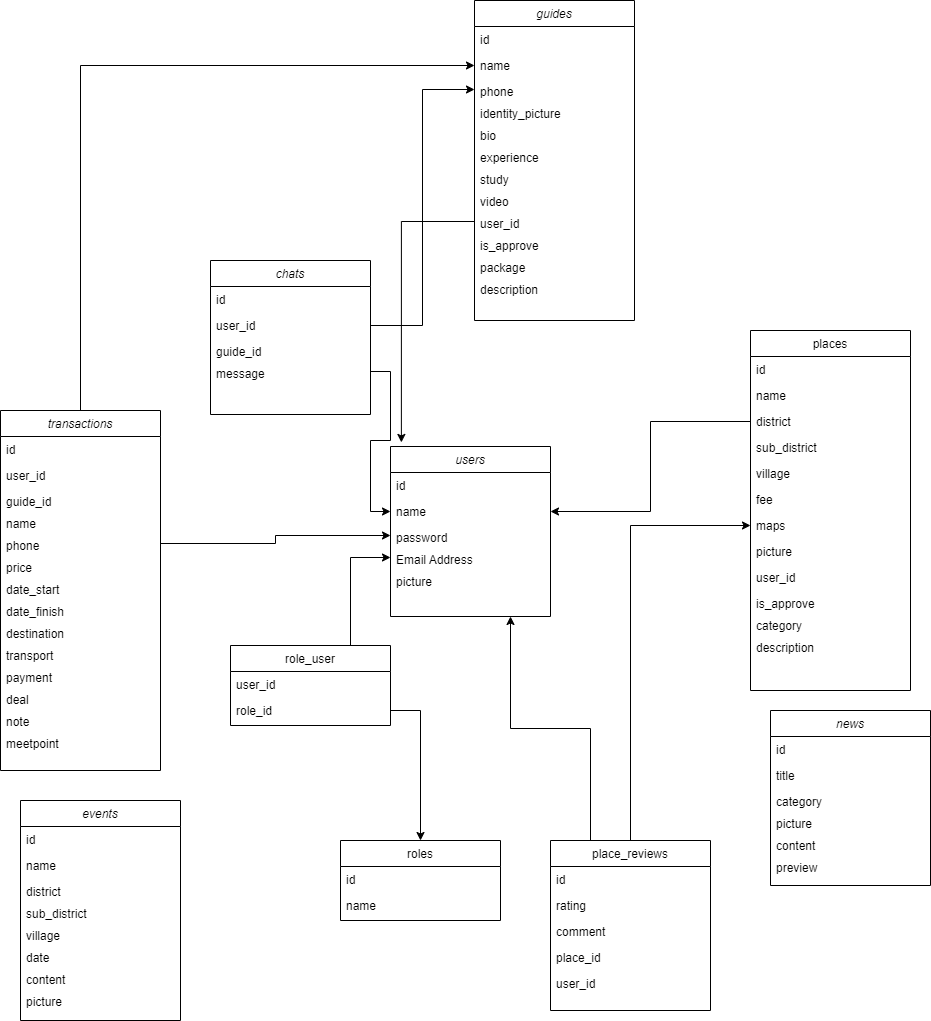
Above: uml/classnew.drawio.png in bayuprra/pariwisata-babel (draw.io), before the change. Source tidied: cells renumbered, new cells last; positions are measured from the earlier drawing's top-left corner, leaving out a move shared by most shapes.
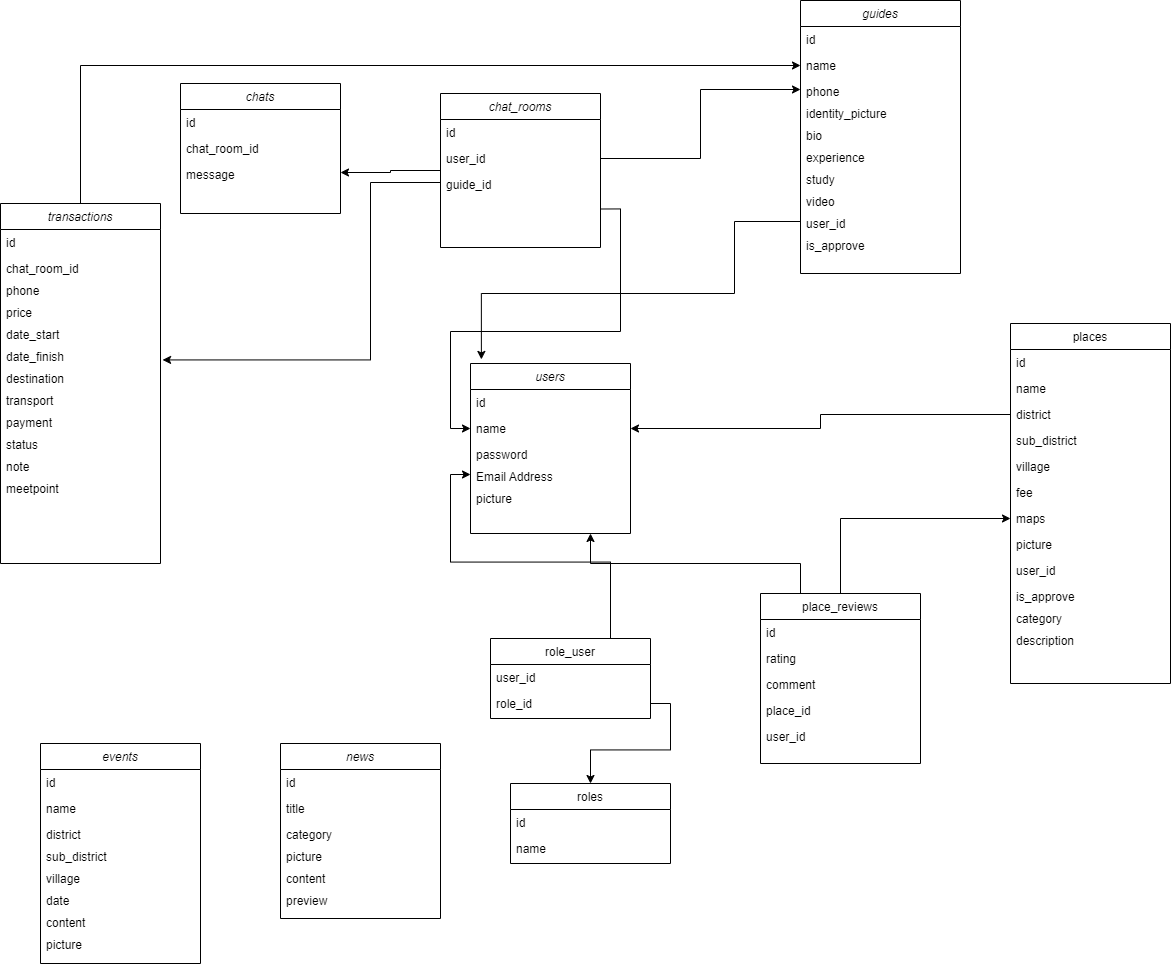
Later version of the same file.

What changed in the source:
```diff
@@ -3,7 +3,7 @@
     <mxCell id="0" />
     <mxCell id="1" parent="0" />
     <mxCell id="2" value="users" style="swimlane;fontStyle=2;align=center;verticalAlign=top;horizontal=1;startSize=26;rounded=0;shadow=0;strokeWidth=1;" parent="1" vertex="1">
-      <mxGeometry x="390" y="446" width="160" height="170" as="geometry" />
+      <mxGeometry x="210" y="370" width="160" height="170" as="geometry" />
     </mxCell>
     <mxCell id="3" value="id" style="text;align=left;verticalAlign=top;spacingLeft=4;spacingRight=4;overflow=hidden;" parent="2" vertex="1">
       <mxGeometry y="26" width="160" height="26" as="geometry" />
@@ -21,7 +21,7 @@
       <mxGeometry y="122" width="160" height="22" as="geometry" />
     </mxCell>
     <mxCell id="8" value="roles" style="swimlane;fontStyle=0;align=center;verticalAlign=top;horizontal=1;startSize=26;rounded=0;shadow=0;strokeWidth=1;" parent="1" vertex="1">
-      <mxGeometry x="340" y="840" width="160" height="80" as="geometry" />
+      <mxGeometry x="250" y="790" width="160" height="80" as="geometry" />
     </mxCell>
     <mxCell id="9" value="id" style="text;align=left;verticalAlign=top;spacingLeft=4;spacingRight=4;overflow=hidden;" parent="8" vertex="1">
       <mxGeometry y="26" width="160" height="26" as="geometry" />
@@ -36,7 +36,7 @@
       <mxGeometry relative="1" as="geometry" />
     </mxCell>
     <mxCell id="13" value="place_reviews" style="swimlane;fontStyle=0;align=center;verticalAlign=top;horizontal=1;startSize=26;rounded=0;shadow=0;strokeWidth=1;" parent="1" vertex="1">
-      <mxGeometry x="550" y="840" width="160" height="170" as="geometry" />
+      <mxGeometry x="500" y="600" width="160" height="170" as="geometry" />
     </mxCell>
     <mxCell id="14" value="id" style="text;align=left;verticalAlign=top;spacingLeft=4;spacingRight=4;overflow=hidden;" parent="13" vertex="1">
       <mxGeometry y="26" width="160" height="26" as="geometry" />
@@ -105,7 +105,7 @@
       <mxGeometry y="52" width="160" height="26" as="geometry" />
     </mxCell>
     <mxCell id="36" value="news" style="swimlane;fontStyle=2;align=center;verticalAlign=top;horizontal=1;startSize=26;rounded=0;shadow=0;strokeWidth=1;" parent="1" vertex="1">
-      <mxGeometry x="770" y="710" width="160" height="175" as="geometry" />
+      <mxGeometry x="20" y="750" width="160" height="175" as="geometry" />
     </mxCell>
     <mxCell id="37" value="id" style="text;align=left;verticalAlign=top;spacingLeft=4;spacingRight=4;overflow=hidden;" parent="36" vertex="1">
       <mxGeometry y="26" width="160" height="26" as="geometry" />
@@ -129,7 +129,7 @@
       <mxGeometry relative="1" as="geometry" />
     </mxCell>
     <mxCell id="44" value="guides" style="swimlane;fontStyle=2;align=center;verticalAlign=top;horizontal=1;startSize=26;rounded=0;shadow=0;strokeWidth=1;" parent="1" vertex="1">
-      <mxGeometry x="474" width="160" height="320" as="geometry" />
+      <mxGeometry x="540" y="7" width="160" height="273" as="geometry" />
     </mxCell>
     <mxCell id="45" value="id" style="text;align=left;verticalAlign=top;spacingLeft=4;spacingRight=4;overflow=hidden;" parent="44" vertex="1">
       <mxGeometry y="26" width="160" height="26" as="geometry" />
@@ -161,20 +161,22 @@
     <mxCell id="54" value="is_approve" style="text;align=left;verticalAlign=top;spacingLeft=4;spacingRight=4;overflow=hidden;rounded=0;shadow=0;html=0;" parent="44" vertex="1">
       <mxGeometry y="232" width="160" height="22" as="geometry" />
     </mxCell>
-    <mxCell id="55" value="package" style="text;align=left;verticalAlign=top;spacingLeft=4;spacingRight=4;overflow=hidden;rounded=0;shadow=0;html=0;" parent="44" vertex="1">
-      <mxGeometry y="254" width="160" height="22" as="geometry" />
-    </mxCell>
-    <mxCell id="56" value="description" style="text;align=left;verticalAlign=top;spacingLeft=4;spacingRight=4;overflow=hidden;rounded=0;shadow=0;html=0;" parent="44" vertex="1">
-      <mxGeometry y="276" width="160" height="22" as="geometry" />
-    </mxCell>
     <mxCell id="57" style="edgeStyle=orthogonalEdgeStyle;rounded=0;jettySize=auto;html=1;exitX=0;exitY=0.5;exitDx=0;exitDy=0;entryX=0.068;entryY=-0.024;entryDx=0;entryDy=0;entryPerimeter=0;" parent="1" edge="1" source="53" target="2">
-      <mxGeometry relative="1" as="geometry" />
+      <mxGeometry relative="1" as="geometry">
+        <Array as="points">
+          <mxPoint x="474" y="300" />
+          <mxPoint x="221" y="300" />
+        </Array>
+      </mxGeometry>
     </mxCell>
     <mxCell id="58" style="edgeStyle=orthogonalEdgeStyle;rounded=0;jettySize=auto;html=1;exitX=0;exitY=0.5;exitDx=0;exitDy=0;entryX=1;entryY=0.5;entryDx=0;entryDy=0;" parent="1" edge="1" source="22" target="4">
       <mxGeometry relative="1" as="geometry" />
     </mxCell>
+    <mxCell id="92" style="edgeStyle=orthogonalEdgeStyle;rounded=0;jettySize=auto;html=1;" parent="1" edge="1" source="59" target="63">
+      <mxGeometry relative="1" as="geometry" />
+    </mxCell>
-    <mxCell id="59" value="chats" style="swimlane;fontStyle=2;align=center;verticalAlign=top;horizontal=1;startSize=26;rounded=0;shadow=0;strokeWidth=1;" parent="1" vertex="1">
-      <mxGeometry x="210" y="260" width="160" height="154" as="geometry" />
+    <mxCell id="59" value="chat_rooms" style="swimlane;fontStyle=2;align=center;verticalAlign=top;horizontal=1;startSize=26;rounded=0;shadow=0;strokeWidth=1;" parent="1" vertex="1">
+      <mxGeometry x="180" y="100" width="160" height="154" as="geometry" />
     </mxCell>
     <mxCell id="60" value="id" style="text;align=left;verticalAlign=top;spacingLeft=4;spacingRight=4;overflow=hidden;" parent="59" vertex="1">
       <mxGeometry y="26" width="160" height="26" as="geometry" />
@@ -185,17 +187,14 @@
     <mxCell id="62" value="guide_id" style="text;align=left;verticalAlign=top;spacingLeft=4;spacingRight=4;overflow=hidden;points=[[0,0.5],[1,0.5]];portConstraint=eastwest;rounded=0;shadow=0;html=0;" parent="59" vertex="1">
       <mxGeometry y="78" width="160" height="22" as="geometry" />
     </mxCell>
-    <mxCell id="63" value="message" style="text;align=left;verticalAlign=top;spacingLeft=4;spacingRight=4;overflow=hidden;points=[[0,0.5],[1,0.5]];portConstraint=eastwest;rounded=0;shadow=0;html=0;" parent="59" vertex="1">
-      <mxGeometry y="100" width="160" height="22" as="geometry" />
-    </mxCell>
-    <mxCell id="64" style="edgeStyle=orthogonalEdgeStyle;rounded=0;jettySize=auto;html=1;exitX=1;exitY=0.5;exitDx=0;exitDy=0;entryX=0;entryY=0.5;entryDx=0;entryDy=0;" parent="1" edge="1" source="63" target="4">
+    <mxCell id="64" style="edgeStyle=orthogonalEdgeStyle;rounded=0;jettySize=auto;html=1;exitX=1;exitY=0.75;exitDx=0;exitDy=0;entryX=0;entryY=0.5;entryDx=0;entryDy=0;" parent="1" edge="1" source="59" target="4">
       <mxGeometry relative="1" as="geometry" />
     </mxCell>
     <mxCell id="65" style="edgeStyle=orthogonalEdgeStyle;rounded=0;jettySize=auto;html=1;exitX=1;exitY=0.5;exitDx=0;exitDy=0;entryX=0;entryY=0.5;entryDx=0;entryDy=0;" parent="1" edge="1" source="61" target="47">
       <mxGeometry relative="1" as="geometry" />
     </mxCell>
     <mxCell id="66" value="events" style="swimlane;fontStyle=2;align=center;verticalAlign=top;horizontal=1;startSize=26;rounded=0;shadow=0;strokeWidth=1;" parent="1" vertex="1">
-      <mxGeometry x="20" y="800" width="160" height="220" as="geometry" />
+      <mxGeometry x="-220" y="750" width="160" height="220" as="geometry" />
     </mxCell>
     <mxCell id="67" value="id" style="text;align=left;verticalAlign=top;spacingLeft=4;spacingRight=4;overflow=hidden;" parent="66" vertex="1">
       <mxGeometry y="26" width="160" height="26" as="geometry" />
@@ -225,52 +224,63 @@
       <mxGeometry relative="1" as="geometry" />
     </mxCell>
     <mxCell id="76" value="transactions" style="swimlane;fontStyle=2;align=center;verticalAlign=top;horizontal=1;startSize=26;rounded=0;shadow=0;strokeWidth=1;" parent="1" vertex="1">
-      <mxGeometry y="410" width="160" height="360" as="geometry" />
+      <mxGeometry x="-260" y="210" width="160" height="360" as="geometry" />
     </mxCell>
     <mxCell id="77" value="id" style="text;align=left;verticalAlign=top;spacingLeft=4;spacingRight=4;overflow=hidden;" parent="76" vertex="1">
       <mxGeometry y="26" width="160" height="26" as="geometry" />
     </mxCell>
-    <mxCell id="78" value="user_id" style="text;align=left;verticalAlign=top;spacingLeft=4;spacingRight=4;overflow=hidden;rounded=0;shadow=0;html=0;" parent="76" vertex="1">
-      <mxGeometry y="52" width="160" height="26" as="geometry" />
-    </mxCell>
-    <mxCell id="79" value="guide_id" style="text;align=left;verticalAlign=top;spacingLeft=4;spacingRight=4;overflow=hidden;rounded=0;shadow=0;html=0;" parent="76" vertex="1">
-      <mxGeometry y="78" width="160" height="22" as="geometry" />
+    <mxCell id="79" value="chat_room_id" style="text;align=left;verticalAlign=top;spacingLeft=4;spacingRight=4;overflow=hidden;rounded=0;shadow=0;html=0;" parent="76" vertex="1">
+      <mxGeometry y="52" width="160" height="22" as="geometry" />
     </mxCell>
-    <mxCell id="80" value="name" style="text;align=left;verticalAlign=top;spacingLeft=4;spacingRight=4;overflow=hidden;rounded=0;shadow=0;html=0;" parent="76" vertex="1">
-      <mxGeometry y="100" width="160" height="22" as="geometry" />
-    </mxCell>
     <mxCell id="81" value="phone" style="text;align=left;verticalAlign=top;spacingLeft=4;spacingRight=4;overflow=hidden;points=[[0,0.5],[1,0.5]];portConstraint=eastwest;rounded=0;shadow=0;html=0;" parent="76" vertex="1">
-      <mxGeometry y="122" width="160" height="22" as="geometry" />
+      <mxGeometry y="74" width="160" height="22" as="geometry" />
     </mxCell>
     <mxCell id="82" value="price" style="text;align=left;verticalAlign=top;spacingLeft=4;spacingRight=4;overflow=hidden;rounded=0;shadow=0;html=0;" parent="76" vertex="1">
-      <mxGeometry y="144" width="160" height="22" as="geometry" />
+      <mxGeometry y="96" width="160" height="22" as="geometry" />
     </mxCell>
     <mxCell id="83" value="date_start" style="text;align=left;verticalAlign=top;spacingLeft=4;spacingRight=4;overflow=hidden;rounded=0;shadow=0;html=0;" parent="76" vertex="1">
-      <mxGeometry y="166" width="160" height="22" as="geometry" />
+      <mxGeometry y="118" width="160" height="22" as="geometry" />
     </mxCell>
     <mxCell id="84" value="date_finish" style="text;align=left;verticalAlign=top;spacingLeft=4;spacingRight=4;overflow=hidden;rounded=0;shadow=0;html=0;" parent="76" vertex="1">
-      <mxGeometry y="188" width="160" height="22" as="geometry" />
+      <mxGeometry y="140" width="160" height="22" as="geometry" />
     </mxCell>
     <mxCell id="85" value="destination" style="text;align=left;verticalAlign=top;spacingLeft=4;spacingRight=4;overflow=hidden;points=[[0,0.5],[1,0.5]];portConstraint=eastwest;rounded=0;shadow=0;html=0;" parent="76" vertex="1">
-      <mxGeometry y="210" width="160" height="22" as="geometry" />
+      <mxGeometry y="162" width="160" height="22" as="geometry" />
     </mxCell>
     <mxCell id="86" value="transport" style="text;align=left;verticalAlign=top;spacingLeft=4;spacingRight=4;overflow=hidden;rounded=0;shadow=0;html=0;" parent="76" vertex="1">
-      <mxGeometry y="232" width="160" height="22" as="geometry" />
+      <mxGeometry y="184" width="160" height="22" as="geometry" />
     </mxCell>
     <mxCell id="87" value="payment" style="text;align=left;verticalAlign=top;spacingLeft=4;spacingRight=4;overflow=hidden;rounded=0;shadow=0;html=0;" parent="76" vertex="1">
-      <mxGeometry y="254" width="160" height="22" as="geometry" />
+      <mxGeometry y="206" width="160" height="22" as="geometry" />
     </mxCell>
-    <mxCell id="88" value="deal" style="text;align=left;verticalAlign=top;spacingLeft=4;spacingRight=4;overflow=hidden;rounded=0;shadow=0;html=0;" parent="76" vertex="1">
-      <mxGeometry y="276" width="160" height="22" as="geometry" />
+    <mxCell id="88" value="status" style="text;align=left;verticalAlign=top;spacingLeft=4;spacingRight=4;overflow=hidden;rounded=0;shadow=0;html=0;" parent="76" vertex="1">
+      <mxGeometry y="228" width="160" height="22" as="geometry" />
     </mxCell>
     <mxCell id="89" value="note" style="text;align=left;verticalAlign=top;spacingLeft=4;spacingRight=4;overflow=hidden;rounded=0;shadow=0;html=0;" parent="76" vertex="1">
-      <mxGeometry y="298" width="160" height="22" as="geometry" />
+      <mxGeometry y="250" width="160" height="22" as="geometry" />
     </mxCell>
     <mxCell id="90" value="meetpoint" style="text;align=left;verticalAlign=top;spacingLeft=4;spacingRight=4;overflow=hidden;rounded=0;shadow=0;html=0;" parent="76" vertex="1">
-      <mxGeometry y="320" width="160" height="22" as="geometry" />
+      <mxGeometry y="272" width="160" height="22" as="geometry" />
     </mxCell>
-    <mxCell id="91" style="edgeStyle=orthogonalEdgeStyle;rounded=0;jettySize=auto;html=1;exitX=1;exitY=0.5;exitDx=0;exitDy=0;entryX=0;entryY=0.5;entryDx=0;entryDy=0;" parent="1" edge="1" source="81" target="5">
-      <mxGeometry relative="1" as="geometry" />
-    </mxCell>
+    <mxCell id="93" value="chats" style="swimlane;fontStyle=2;align=center;verticalAlign=top;horizontal=1;startSize=26;rounded=0;shadow=0;strokeWidth=1;" parent="1" vertex="1">
+      <mxGeometry x="-80" y="90" width="160" height="130" as="geometry" />
+    </mxCell>
+    <mxCell id="94" value="id" style="text;align=left;verticalAlign=top;spacingLeft=4;spacingRight=4;overflow=hidden;" parent="93" vertex="1">
+      <mxGeometry y="26" width="160" height="26" as="geometry" />
+    </mxCell>
+    <mxCell id="95" value="chat_room_id" style="text;align=left;verticalAlign=top;spacingLeft=4;spacingRight=4;overflow=hidden;rounded=0;shadow=0;html=0;" parent="93" vertex="1">
+      <mxGeometry y="52" width="160" height="26" as="geometry" />
+    </mxCell>
+    <mxCell id="63" value="message" style="text;align=left;verticalAlign=top;spacingLeft=4;spacingRight=4;overflow=hidden;points=[[0,0.5],[1,0.5]];portConstraint=eastwest;rounded=0;shadow=0;html=0;" parent="93" vertex="1">
+      <mxGeometry y="78" width="160" height="22" as="geometry" />
+    </mxCell>
+    <mxCell id="96" style="edgeStyle=orthogonalEdgeStyle;rounded=0;jettySize=auto;html=1;exitX=0;exitY=0.5;exitDx=0;exitDy=0;entryX=1.013;entryY=-0.253;entryDx=0;entryDy=0;entryPerimeter=0;" parent="1" edge="1" source="62" target="85">
+      <mxGeometry relative="1" as="geometry">
+        <Array as="points">
+          <mxPoint x="110" y="189" />
+          <mxPoint x="110" y="366" />
+        </Array>
+      </mxGeometry>
+    </mxCell>
   </root>
 </mxGraphModel>
```
